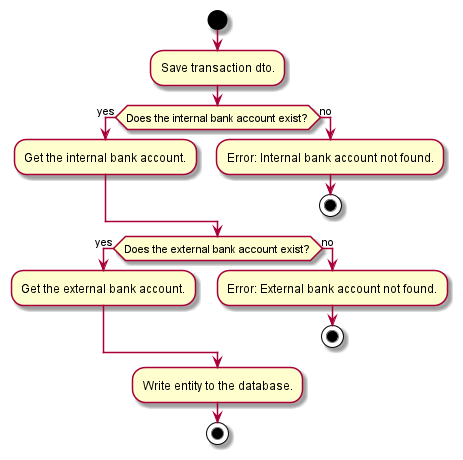
The PlantUML diagram docs/features/diagrams/transaction-save.png in lfarci/personal-finance, before a commit.
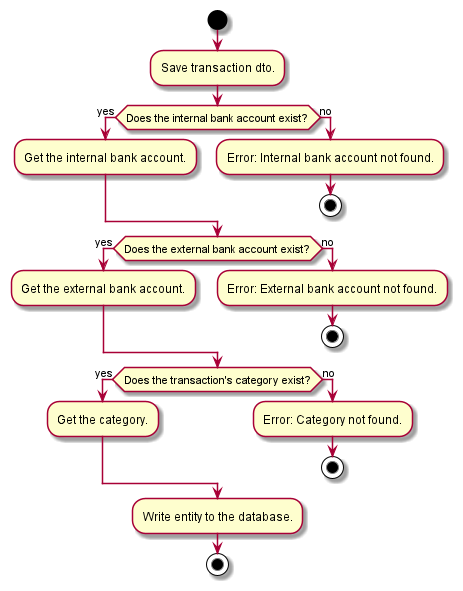
Above is the later version.

Commit message:
The transaction activity diagram png has been udpated.

Change to the diagram source:
```diff
@@ -17,6 +17,13 @@
     stop
 endif
 
+if (Does the transaction's category exist?) then (yes)
+    :Get the category.;
+else (no)
+    :Error: Category not found.;
+    stop
+endif
+
 :Write entity to the database.;
 stop
 @enduml
```
